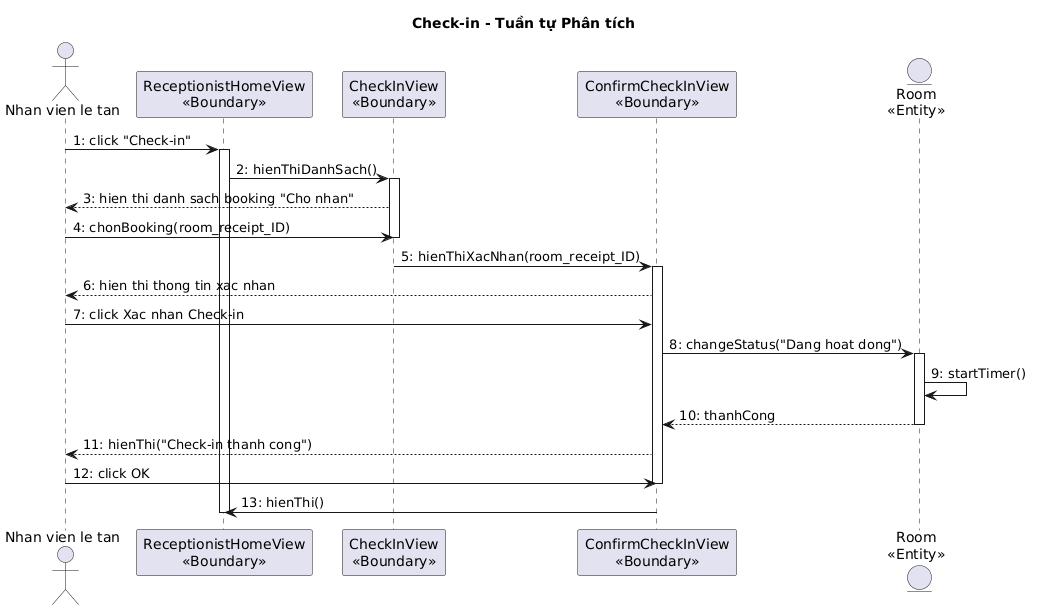
This is output/diagrams/booking_aseq_checkin.png from thanhtrnnn/cnpm, a PlantUML export, as it was before one commit.
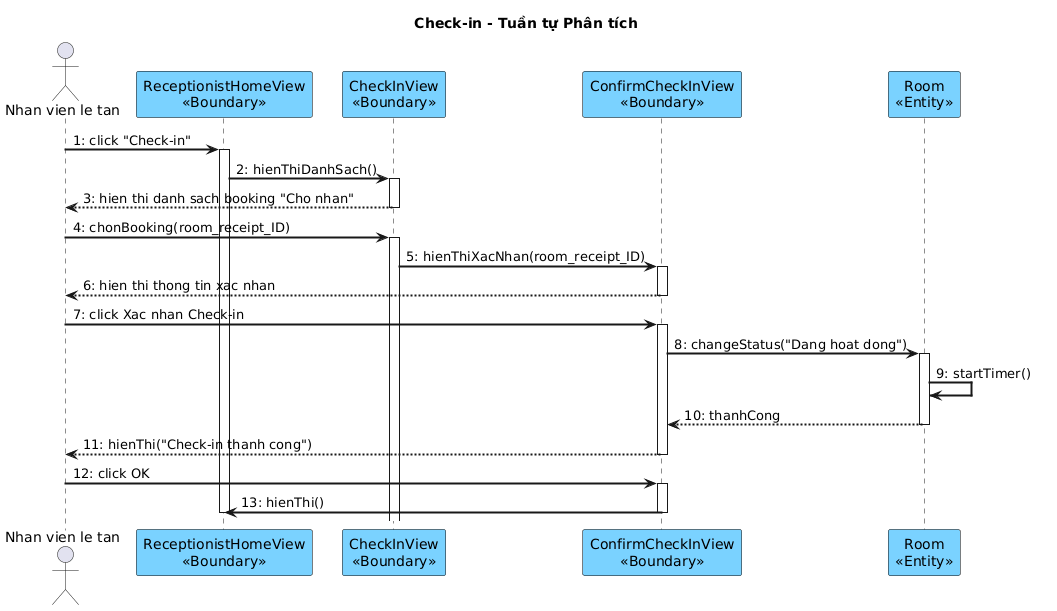
The same diagram one commit later.

The edit, as a diff of the source:
```diff
@@ -1,31 +1,49 @@
 @startuml
+skinparam shadowing false
+skinparam SequenceMessageAlign left
+skinparam SequenceArrowThickness 2
+skinparam ParticipantBackgroundColor #7AD2FF
+skinparam ParticipantBorderColor black
+skinparam BoundaryBackgroundColor #7AD2FF
+skinparam BoundaryBorderColor black
+skinparam EntityBackgroundColor #7AD2FF
+skinparam EntityBorderColor black
+
 title Check-in - Tuần tự Phân tích
 
 actor "Nhan vien le tan" as NV
 participant "ReceptionistHomeView\n<<Boundary>>" as Home
-participant "CheckInView\n<<Boundary>>" as CheckIn
-participant "ConfirmCheckInView\n<<Boundary>>" as Confirm
-entity "Room\n<<Entity>>" as Room
+participant "CheckInView\n<<Boundary>>" as CIV
+participant "ConfirmCheckInView\n<<Boundary>>" as CCV
+participant "Room\n<<Entity>>" as Room
 
 NV -> Home : 1: click "Check-in"
 activate Home
-Home -> CheckIn : 2: hienThiDanhSach()
-activate CheckIn
-CheckIn --> NV : 3: hien thi danh sach booking "Cho nhan"
-NV -> CheckIn : 4: chonBooking(room_receipt_ID)
-deactivate CheckIn
-CheckIn -> Confirm : 5: hienThiXacNhan(room_receipt_ID)
-activate Confirm
-Confirm --> NV : 6: hien thi thong tin xac nhan
-NV -> Confirm : 7: click Xac nhan Check-in
-Confirm -> Room : 8: changeStatus("Dang hoat dong")
+Home -> CIV : 2: hienThiDanhSach()
+activate CIV
+CIV --> NV : 3: hien thi danh sach booking "Cho nhan"
+deactivate CIV
+
+NV -> CIV : 4: chonBooking(room_receipt_ID)
+activate CIV
+CIV -> CCV : 5: hienThiXacNhan(room_receipt_ID)
+activate CCV
+CCV --> NV : 6: hien thi thong tin xac nhan
+deactivate CCV
+
+NV -> CCV : 7: click Xac nhan Check-in
+activate CCV
+CCV -> Room : 8: changeStatus("Dang hoat dong")
 activate Room
 Room -> Room : 9: startTimer()
-Room --> Confirm : 10: thanhCong
+Room --> CCV : 10: thanhCong
 deactivate Room
-Confirm --> NV : 11: hienThi("Check-in thanh cong")
-NV -> Confirm : 12: click OK
-deactivate Confirm
-Confirm -> Home : 13: hienThi()
+CCV --> NV : 11: hienThi("Check-in thanh cong")
+deactivate CCV
+
+NV -> CCV : 12: click OK
+activate CCV
+CCV -> Home : 13: hienThi()
+deactivate CCV
 deactivate Home
 @enduml
```
